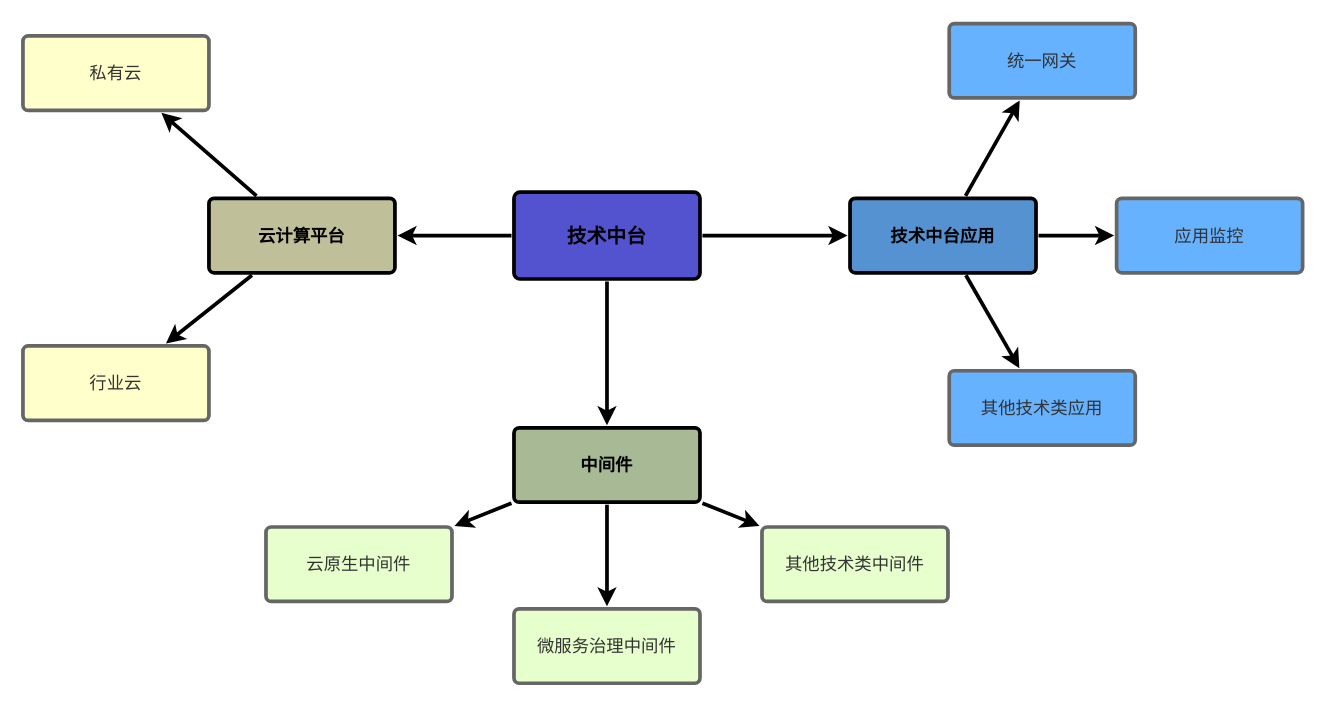
The draw.io diagram sse/技术中台现状.drawio in crazyCodeLove/draw, before the edit. Source tidied: cells renumbered, new cells numbered last; positions are measured from the earlier drawing's top-left corner, leaving out a move shared by most shapes. Both pictures are drawn from the tidied source at 124%, with x=0, y=0 at pixel (22, 22).
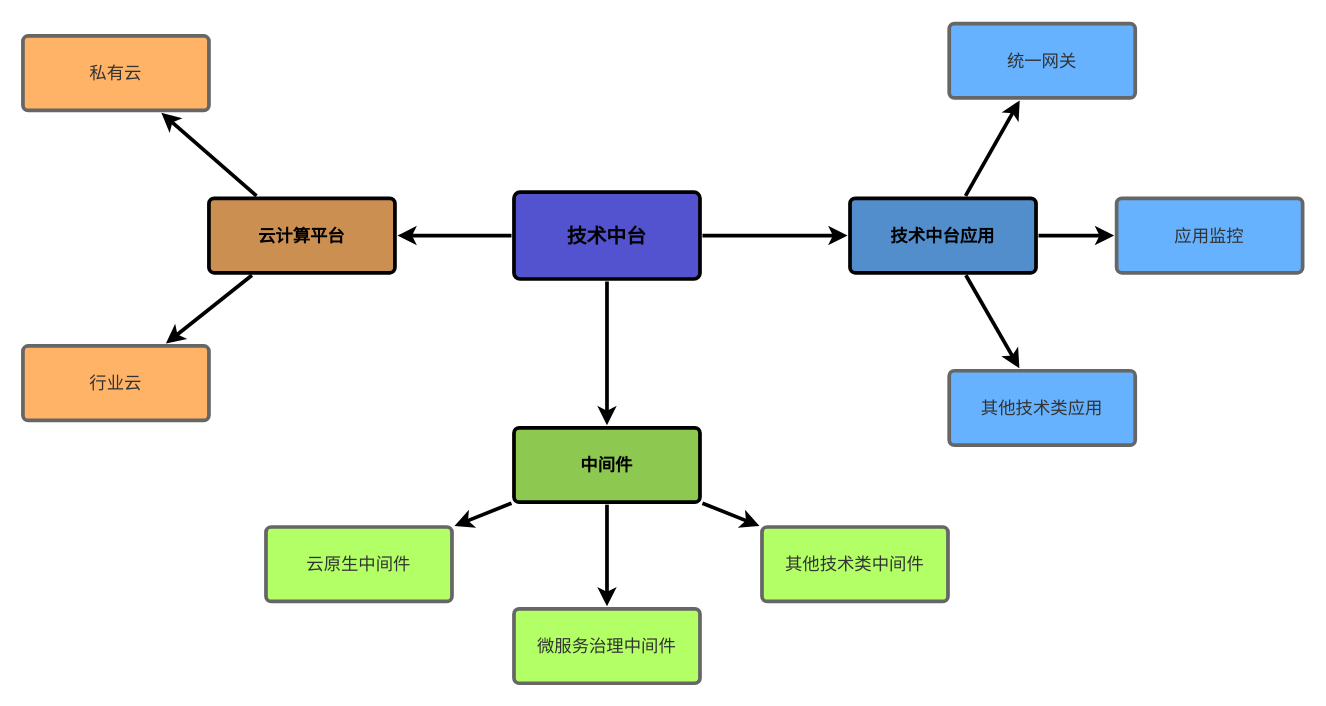
The same page after the edit.

Commit message:
Update 技术中台现状.drawio

What changed in the source:
```diff
@@
-    <mxCell id="8" value="云计算平台" style="rounded=1;whiteSpace=wrap;html=1;shadow=0;labelBackgroundColor=none;strokeWidth=3;fontFamily=Helvetica;fontSize=14;align=center;spacing=5;fontStyle=1;arcSize=7;perimeterSpacing=2;fillColor=#BFBF99;" parent="1" vertex="1">
+    <mxCell id="8" value="云计算平台" style="rounded=1;whiteSpace=wrap;html=1;shadow=0;labelBackgroundColor=none;strokeWidth=3;fontFamily=Helvetica;fontSize=14;align=center;spacing=5;fontStyle=1;arcSize=7;perimeterSpacing=2;fillColor=#CC8F52;" parent="1" vertex="1">
       <mxGeometry x="150" y="141.5" width="150" height="60" as="geometry" />
     </mxCell>
-    <mxCell id="9" value="行业云" style="rounded=1;whiteSpace=wrap;html=1;shadow=0;labelBackgroundColor=none;strokeWidth=3;fontFamily=Helvetica;fontSize=14;align=center;spacing=5;fontStyle=0;arcSize=7;perimeterSpacing=2;fillColor=#FFFFCC;strokeColor=#666666;fontColor=#333333;" parent="1" vertex="1">
+    <mxCell id="9" value="行业云" style="rounded=1;whiteSpace=wrap;html=1;shadow=0;labelBackgroundColor=none;strokeWidth=3;fontFamily=Helvetica;fontSize=14;align=center;spacing=5;fontStyle=0;arcSize=7;perimeterSpacing=2;fillColor=#FFB366;strokeColor=#666666;fontColor=#333333;" parent="1" vertex="1">
       <mxGeometry y="260.5" width="150" height="60" as="geometry" />
     </mxCell>
-    <mxCell id="10" value="私有云" style="rounded=1;whiteSpace=wrap;html=1;shadow=0;labelBackgroundColor=none;strokeWidth=3;fontFamily=Helvetica;fontSize=14;align=center;spacing=5;fontStyle=0;arcSize=7;perimeterSpacing=2;fillColor=#FFFFCC;strokeColor=#666666;fontColor=#333333;" parent="1" vertex="1">
+    <mxCell id="10" value="私有云" style="rounded=1;whiteSpace=wrap;html=1;shadow=0;labelBackgroundColor=none;strokeWidth=3;fontFamily=Helvetica;fontSize=14;align=center;spacing=5;fontStyle=0;arcSize=7;perimeterSpacing=2;fillColor=#FFB366;strokeColor=#666666;fontColor=#333333;" parent="1" vertex="1">
       <mxGeometry y="10.5" width="150" height="60" as="geometry" />
     </mxCell>
@@
-    <mxCell id="14" value="中间件" style="rounded=1;whiteSpace=wrap;html=1;shadow=0;labelBackgroundColor=none;strokeWidth=3;fontFamily=Helvetica;fontSize=14;align=center;spacing=5;fontStyle=1;arcSize=7;perimeterSpacing=2;fillColor=#A8BA95;" parent="1" vertex="1">
+    <mxCell id="14" value="中间件" style="rounded=1;whiteSpace=wrap;html=1;shadow=0;labelBackgroundColor=none;strokeWidth=3;fontFamily=Helvetica;fontSize=14;align=center;spacing=5;fontStyle=1;arcSize=7;perimeterSpacing=2;fillColor=#8DC951;" parent="1" vertex="1">
       <mxGeometry x="396" y="326.5" width="150" height="60" as="geometry" />
     </mxCell>
-    <mxCell id="15" value="其他技术类中间件" style="rounded=1;whiteSpace=wrap;html=1;shadow=0;labelBackgroundColor=none;strokeWidth=3;fontFamily=Helvetica;fontSize=14;align=center;spacing=5;arcSize=7;perimeterSpacing=2;fillColor=#E6FFCC;strokeColor=#666666;fontColor=#333333;" parent="1" vertex="1">
+    <mxCell id="15" value="其他技术类中间件" style="rounded=1;whiteSpace=wrap;html=1;shadow=0;labelBackgroundColor=none;strokeWidth=3;fontFamily=Helvetica;fontSize=14;align=center;spacing=5;arcSize=7;perimeterSpacing=2;fillColor=#B3FF66;strokeColor=#666666;fontColor=#333333;" parent="1" vertex="1">
       <mxGeometry x="596" y="406.5" width="150" height="60" as="geometry" />
     </mxCell>
-    <mxCell id="16" value="微服务治理中间件" style="rounded=1;whiteSpace=wrap;html=1;shadow=0;labelBackgroundColor=none;strokeWidth=3;fontFamily=Helvetica;fontSize=14;align=center;spacing=5;arcSize=7;perimeterSpacing=2;fillColor=#E6FFCC;strokeColor=#666666;fontColor=#333333;" parent="1" vertex="1">
+    <mxCell id="16" value="微服务治理中间件" style="rounded=1;whiteSpace=wrap;html=1;shadow=0;labelBackgroundColor=none;strokeWidth=3;fontFamily=Helvetica;fontSize=14;align=center;spacing=5;arcSize=7;perimeterSpacing=2;fillColor=#B3FF66;strokeColor=#666666;fontColor=#333333;" parent="1" vertex="1">
       <mxGeometry x="396" y="472.5" width="150" height="60" as="geometry" />
     </mxCell>
-    <mxCell id="17" value="云原生中间件" style="rounded=1;whiteSpace=wrap;html=1;shadow=0;labelBackgroundColor=none;strokeWidth=3;fontFamily=Helvetica;fontSize=14;align=center;spacing=5;arcSize=7;perimeterSpacing=2;fillColor=#E6FFCC;strokeColor=#666666;fontColor=#333333;" parent="1" vertex="1">
+    <mxCell id="17" value="云原生中间件" style="rounded=1;whiteSpace=wrap;html=1;shadow=0;labelBackgroundColor=none;strokeWidth=3;fontFamily=Helvetica;fontSize=14;align=center;spacing=5;arcSize=7;perimeterSpacing=2;fillColor=#B3FF66;strokeColor=#666666;fontColor=#333333;" parent="1" vertex="1">
       <mxGeometry x="196" y="406.5" width="150" height="60" as="geometry" />
     </mxCell>
-    <mxCell id="18" value="技术中台应用" style="rounded=1;whiteSpace=wrap;html=1;shadow=0;labelBackgroundColor=none;strokeWidth=3;fontFamily=Helvetica;fontSize=14;align=center;spacing=5;fontStyle=1;arcSize=7;perimeterSpacing=2;fillColor=#5492D1;" parent="1" vertex="1">
+    <mxCell id="18" value="技术中台应用" style="rounded=1;whiteSpace=wrap;html=1;shadow=0;labelBackgroundColor=none;strokeWidth=3;fontFamily=Helvetica;fontSize=14;align=center;spacing=5;fontStyle=1;arcSize=7;perimeterSpacing=2;fillColor=#528ECC;" parent="1" vertex="1">
       <mxGeometry x="667" y="141.5" width="150" height="60" as="geometry" />
     </mxCell>
```
